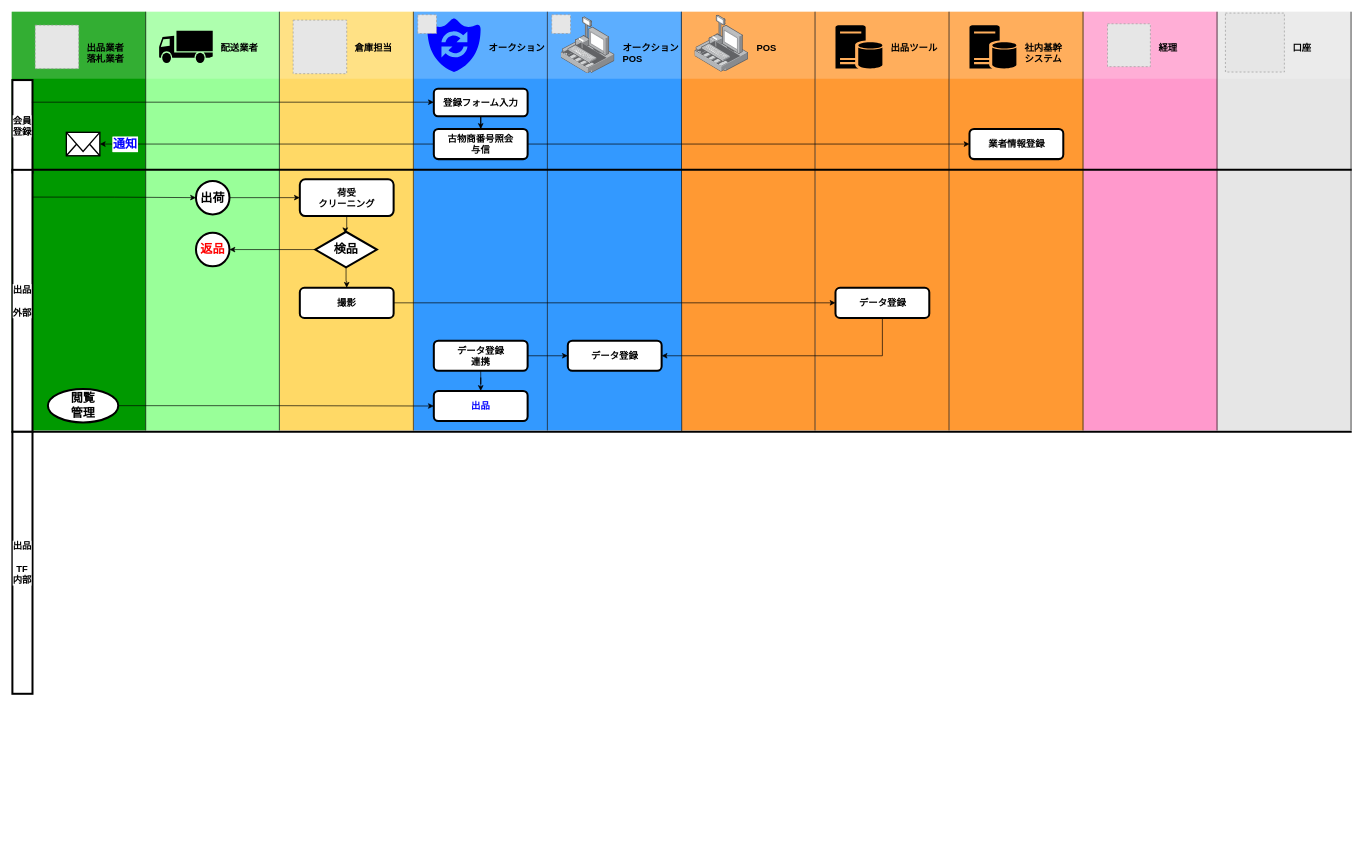
Earlier version of the draw.io diagram 業務フロー図.drawio (cy-shuhei-ohno/test). Source tidied: cells renumbered, new cells numbered last; positions are measured from the earlier drawing's top-left corner, leaving out a move shared by most shapes. Both pictures are drawn from the tidied source at 67%, with x=0, y=0 at pixel (11, 11). Pictures stored in the file or linked from it are replaced by grey dashed boxes.
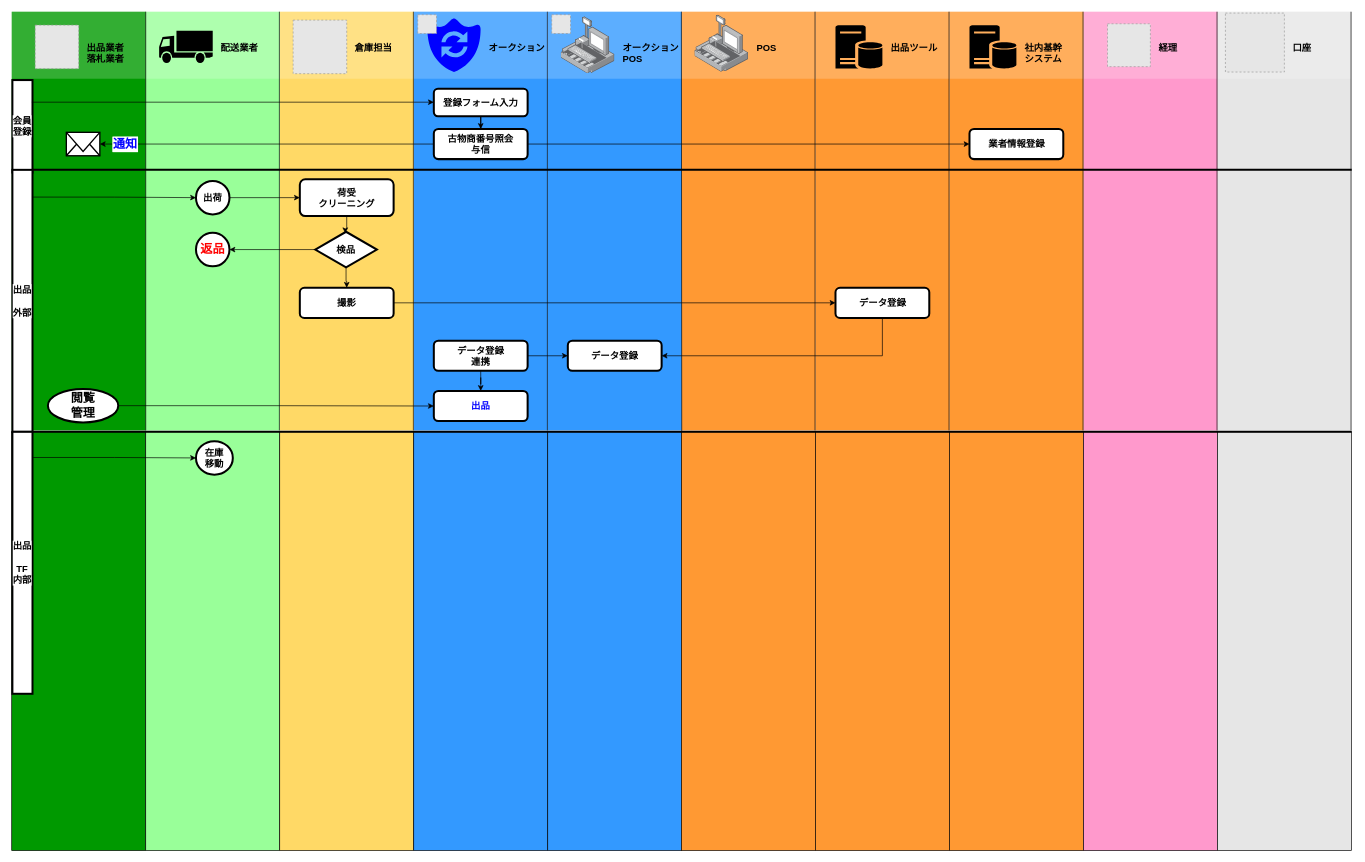
The same diagram, later.

Commit message (it also covers changes not shown here):
Update 業務フロー図.drawio

The change refers to these unchanged cells:
```xml
<mxCell id="48" style="group;" parent="1" vertex="1">
  <mxGeometry x="400" width="200" height="641" as="geometry" />
</mxCell>
<mxCell id="59" style="group;fontStyle=1;" parent="1" vertex="1">
  <mxGeometry x="200" width="200" height="641" as="geometry" />
</mxCell>
<mxCell id="99" value="出品&lt;br&gt;&lt;br&gt;TF内部&lt;br&gt;" style="rounded=0;whiteSpace=wrap;html=1;labelBackgroundColor=#ffffff;strokeWidth=3;fillColor=#FFFFFF;gradientColor=none;fontSize=14;fontColor=#000000;align=center;fontStyle=1;" parent="1" vertex="1">
  <mxGeometry x="1" y="627" width="30" height="391" as="geometry" />
</mxCell>
```

The edit, as a diff of the source:
```diff
@@
+    <mxCell id="100" style="group;" parent="1" vertex="1">
+      <mxGeometry y="627" width="1999.5" height="625" as="geometry" />
+    </mxCell>
+    <mxCell id="101" style="whiteSpace=wrap;html=1;labelBackgroundColor=#ffffff;fontSize=14;fontColor=#0000FF;align=left;strokeColor=#000000;fillColor=#009900;" parent="100" vertex="1">
+      <mxGeometry width="200" height="625" as="geometry" />
+    </mxCell>
+    <mxCell id="102" style="whiteSpace=wrap;html=1;labelBackgroundColor=#ffffff;fontSize=14;fontColor=#99FF99;align=left;strokeColor=#000000;fillColor=#99FF99;" parent="100" vertex="1">
+      <mxGeometry x="200" width="200" height="625" as="geometry" />
+    </mxCell>
+    <mxCell id="103" style="whiteSpace=wrap;html=1;labelBackgroundColor=#ffffff;fontSize=14;fontColor=#0000FF;align=left;strokeColor=#000000;fillColor=#FFD966;" parent="100" vertex="1">
+      <mxGeometry x="400" width="200" height="625" as="geometry" />
+    </mxCell>
+    <mxCell id="104" style="whiteSpace=wrap;html=1;labelBackgroundColor=#ffffff;fontSize=14;fontColor=#0000FF;align=left;strokeColor=#000000;fillColor=#3399FF;" parent="100" vertex="1">
+      <mxGeometry x="600" width="200" height="625" as="geometry" />
+    </mxCell>
+    <mxCell id="105" style="whiteSpace=wrap;html=1;labelBackgroundColor=#ffffff;fontSize=14;fontColor=#0000FF;align=left;strokeColor=#000000;fillColor=#3399FF;" parent="100" vertex="1">
+      <mxGeometry x="800" width="200" height="625" as="geometry" />
+    </mxCell>
+    <mxCell id="106" style="whiteSpace=wrap;html=1;labelBackgroundColor=#ffffff;fontSize=14;fontColor=#0000FF;align=left;strokeColor=#000000;fillColor=#FF9933;" parent="100" vertex="1">
+      <mxGeometry x="999.5" width="200" height="625" as="geometry" />
+    </mxCell>
+    <mxCell id="107" style="whiteSpace=wrap;html=1;labelBackgroundColor=#ffffff;fontSize=14;fontColor=#0000FF;align=left;strokeColor=#000000;fillColor=#FF9933;" parent="100" vertex="1">
+      <mxGeometry x="1199.5" width="200" height="625" as="geometry" />
+    </mxCell>
+    <mxCell id="108" style="whiteSpace=wrap;html=1;labelBackgroundColor=#ffffff;fontSize=14;fontColor=#0000FF;align=left;strokeColor=#000000;fillColor=#FF9933;" parent="100" vertex="1">
+      <mxGeometry x="1399.5" width="200" height="625" as="geometry" />
+    </mxCell>
+    <mxCell id="109" style="whiteSpace=wrap;html=1;labelBackgroundColor=#ffffff;fontSize=14;fontColor=#0000FF;align=left;strokeColor=#000000;fillColor=#FF99CC;" parent="100" vertex="1">
+      <mxGeometry x="1599.5" width="200" height="625" as="geometry" />
+    </mxCell>
+    <mxCell id="110" style="whiteSpace=wrap;html=1;labelBackgroundColor=#ffffff;fontSize=14;align=left;strokeColor=#000000;fillColor=#E6E6E6;" parent="100" vertex="1">
+      <mxGeometry x="1799.5" width="200" height="625" as="geometry" />
+    </mxCell>
+    <mxCell id="111" value="在庫&lt;br&gt;移動" style="ellipse;whiteSpace=wrap;html=1;labelBackgroundColor=#ffffff;strokeWidth=3;fontSize=14;align=center;fontStyle=1;" parent="100" vertex="1">
+      <mxGeometry x="275" y="14" width="55" height="50" as="geometry" />
+    </mxCell>
@@
-    <mxCell id="57" value="検品" style="html=1;whiteSpace=wrap;shape=isoRectangle;labelBackgroundColor=#ffffff;strokeWidth=3;fontSize=18;align=center;fontStyle=1;" parent="48" vertex="1">
+    <mxCell id="57" value="検品" style="html=1;whiteSpace=wrap;shape=isoRectangle;labelBackgroundColor=#ffffff;strokeWidth=3;fontSize=14;align=center;fontStyle=1;" parent="48" vertex="1">
       <mxGeometry x="53" y="327.5" width="92" height="55" as="geometry" />
     </mxCell>
@@
-    <mxCell id="65" value="出荷" style="ellipse;whiteSpace=wrap;html=1;labelBackgroundColor=#ffffff;strokeWidth=3;fontSize=18;align=center;fontStyle=1;" parent="59" vertex="1">
+    <mxCell id="65" value="出荷" style="ellipse;whiteSpace=wrap;html=1;labelBackgroundColor=#ffffff;strokeWidth=3;fontSize=14;align=center;fontStyle=1;" parent="59" vertex="1">
       <mxGeometry x="75" y="252.5" width="50" height="50" as="geometry" />
     </mxCell>
@@
+    <mxCell id="112" style="edgeStyle=orthogonalEdgeStyle;rounded=0;jettySize=auto;html=1;entryX=0;entryY=0.5;entryDx=0;entryDy=0;strokeWidth=1;fontSize=14;fontColor=#0000FF;exitX=1.029;exitY=0.098;exitDx=0;exitDy=0;exitPerimeter=0;" parent="1" edge="1" source="99" target="111">
+      <mxGeometry relative="1" as="geometry" />
+    </mxCell>
```
